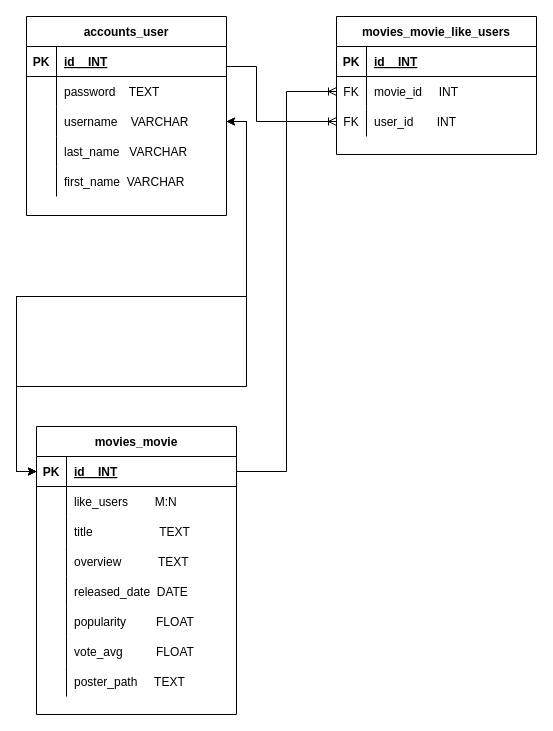
Before: 제목 없는 다이어그램.drawio in kjskjs356/project_health, a draw.io diagram. Source tidied: cells renumbered, new cells numbered last; positions are measured from the earlier drawing's top-left corner, leaving out a move shared by most shapes. Both pictures are drawn from the tidied source at 100%, with x=0, y=0 at pixel (16, 16).
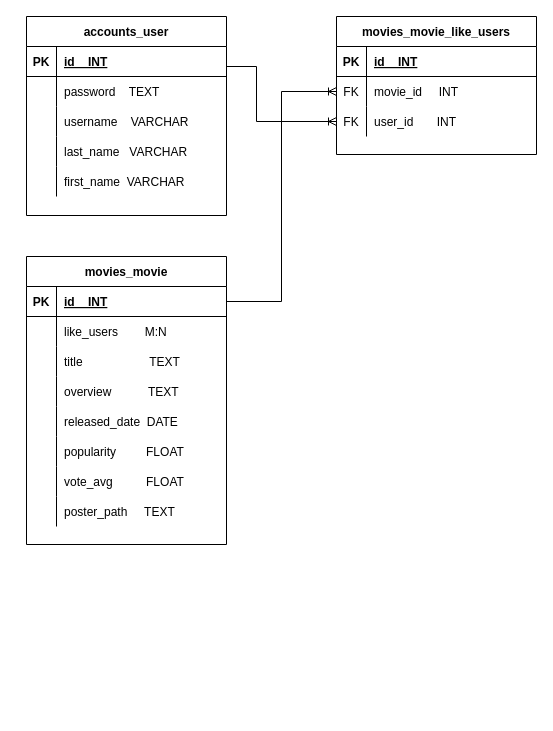
After the change.

Commit message:
제목 없는 다이어그램.drawio 업데이트

The change refers to these unchanged cells:
```xml
<mxCell id="9" style="shape=partialRectangle;fillColor=none;points=[[0,0.5],[1,0.5]];portConstraint=eastwest;top=0;left=0;right=0;bottom=0;" parent="2" vertex="1">
  <mxGeometry y="90" width="200" height="30" as="geometry" />
</mxCell>
<mxCell id="19" style="shape=partialRectangle;fillColor=none;points=[[0,0.5],[1,0.5]];portConstraint=eastwest;top=0;left=0;right=0;bottom=1;" parent="18" vertex="1">
  <mxGeometry y="30" width="200" height="30" as="geometry" />
</mxCell>
```

Change to the diagram source:
```diff
@@
     <mxCell id="18" value="movies_movie" style="shape=table;startSize=30;childLayout=tableLayout;rowLines=0;fontStyle=1;align=center;" parent="1" vertex="1">
-      <mxGeometry x="20" y="410" width="200" height="288" as="geometry" />
+      <mxGeometry x="10" y="240" width="200" height="288" as="geometry" />
     </mxCell>
@@
-    <mxCell id="55" style="edgeStyle=orthogonalEdgeStyle;rounded=0;jettySize=auto;html=1;" parent="1" edge="1" source="9" target="19">
-      <mxGeometry relative="1" as="geometry" />
-    </mxCell>
-    <mxCell id="56" style="edgeStyle=orthogonalEdgeStyle;rounded=0;jettySize=auto;html=1;" parent="1" edge="1" source="19" target="9">
-      <mxGeometry relative="1" as="geometry" />
-    </mxCell>
-    <mxCell id="57" style="edgeStyle=orthogonalEdgeStyle;rounded=0;jettySize=auto;html=1;" parent="1" edge="1" source="9" target="19">
-      <mxGeometry relative="1" as="geometry" />
-    </mxCell>
-    <mxCell id="58" style="edgeStyle=orthogonalEdgeStyle;rounded=0;jettySize=auto;html=1;" parent="1" edge="1" source="19" target="9">
-      <mxGeometry relative="1" as="geometry" />
-    </mxCell>
-    <mxCell id="59" style="edgeStyle=orthogonalEdgeStyle;rounded=0;jettySize=auto;html=1;" parent="1" edge="1" source="9" target="19">
-      <mxGeometry relative="1" as="geometry">
-        <Array as="points">
-          <mxPoint x="230" y="105" />
-          <mxPoint x="230" y="370" />
-          <mxPoint y="370" />
-          <mxPoint y="455" />
-        </Array>
-      </mxGeometry>
-    </mxCell>
```
